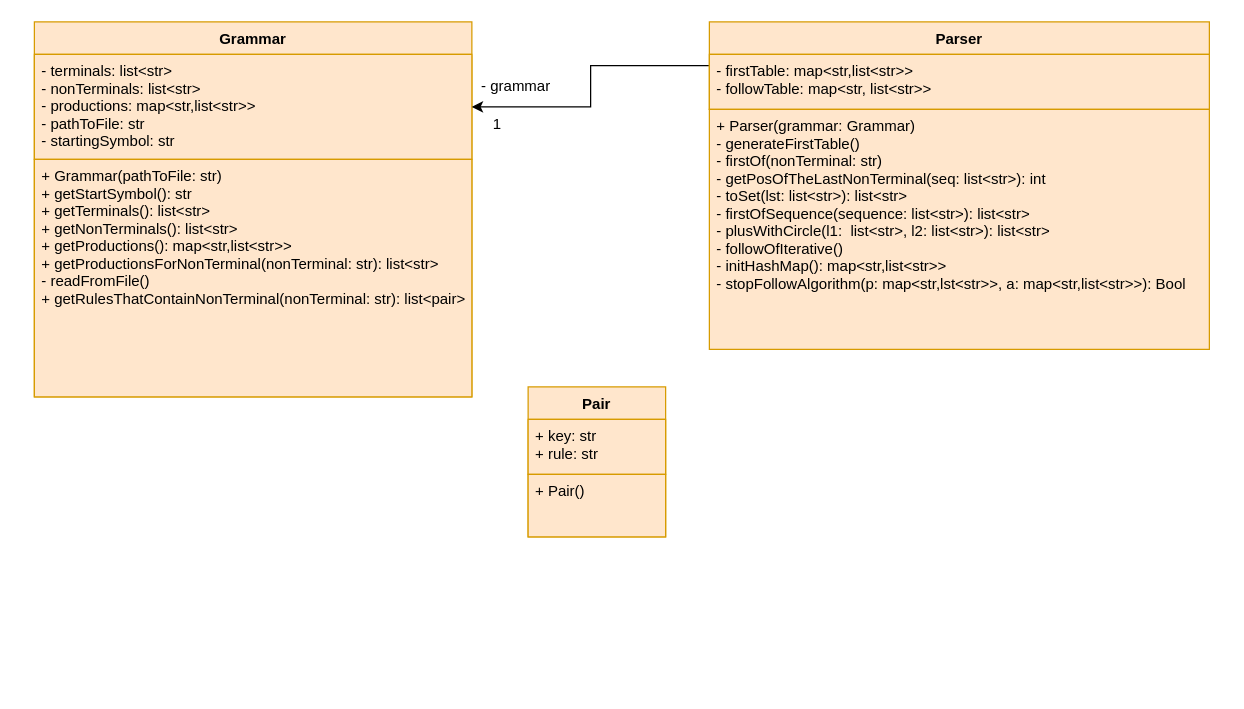
Earlier version of the draw.io diagram docs/diagram.drawio (albcristi/flcd-team-work). Source tidied: cells renumbered, new cells numbered last; positions are measured from the earlier drawing's top-left corner, leaving out a move shared by most shapes. Both pictures are drawn from the tidied source at 125%, with x=0, y=0 at pixel (34, 21).
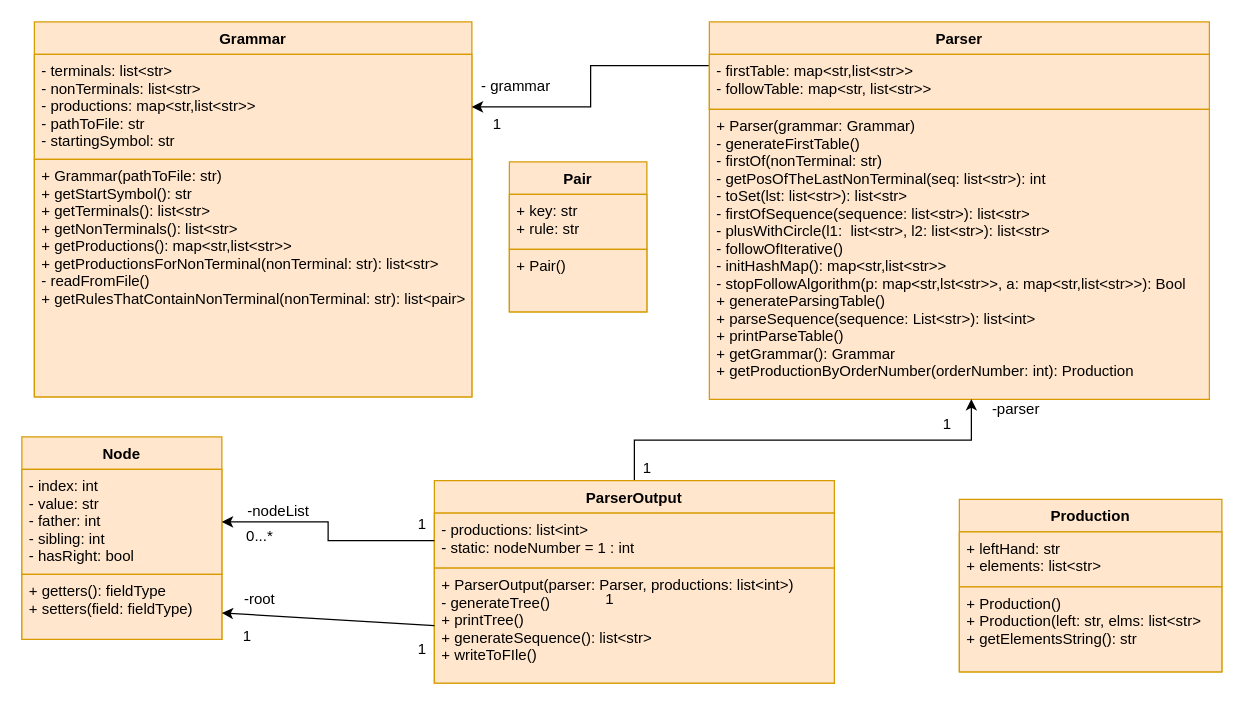
The same page after the edit.

What changed in the source:
```diff
@@
     <mxCell id="5" value="Pair" style="swimlane;fontStyle=1;align=center;verticalAlign=top;horizontal=1;startSize=26;fillColor=#ffe6cc;strokeColor=#d79b00;" parent="1" vertex="1">
-      <mxGeometry x="395" y="292" width="110" height="120" as="geometry" />
+      <mxGeometry x="380" y="112" width="110" height="120" as="geometry" />
     </mxCell>
@@
-    <mxCell id="11" value="+ Parser(grammar: Grammar)&#10;- generateFirstTable()&#10;- firstOf(nonTerminal: str)&#10;- getPosOfTheLastNonTerminal(seq: list&lt;str&gt;): int&#10;- toSet(lst: list&lt;str&gt;): list&lt;str&gt;&#10;- firstOfSequence(sequence: list&lt;str&gt;): list&lt;str&gt;&#10;- plusWithCircle(l1:  list&lt;str&gt;, l2: list&lt;str&gt;): list&lt;str&gt;&#10;- followOfIterative()&#10;- initHashMap(): map&lt;str,list&lt;str&gt;&gt;&#10;- stopFollowAlgorithm(p: map&lt;str,lst&lt;str&gt;&gt;, a: map&lt;str,list&lt;str&gt;&gt;): Bool" style="text;strokeColor=#d79b00;fillColor=#ffe6cc;align=left;verticalAlign=top;spacingLeft=4;spacingRight=4;overflow=hidden;points=[[0,0.5],[1,0.5]];portConstraint=eastwest;" parent="1" vertex="1">
-      <mxGeometry x="540" y="70" width="400" height="192" as="geometry" />
+    <mxCell id="11" value="+ Parser(grammar: Grammar)&#10;- generateFirstTable()&#10;- firstOf(nonTerminal: str)&#10;- getPosOfTheLastNonTerminal(seq: list&lt;str&gt;): int&#10;- toSet(lst: list&lt;str&gt;): list&lt;str&gt;&#10;- firstOfSequence(sequence: list&lt;str&gt;): list&lt;str&gt;&#10;- plusWithCircle(l1:  list&lt;str&gt;, l2: list&lt;str&gt;): list&lt;str&gt;&#10;- followOfIterative()&#10;- initHashMap(): map&lt;str,list&lt;str&gt;&gt;&#10;- stopFollowAlgorithm(p: map&lt;str,lst&lt;str&gt;&gt;, a: map&lt;str,list&lt;str&gt;&gt;): Bool&#10;+ generateParsingTable()&#10;+ parseSequence(sequence: List&lt;str&gt;): list&lt;int&gt;&#10;+ printParseTable()&#10;+ getGrammar(): Grammar&#10;+ getProductionByOrderNumber(orderNumber: int): Production" style="text;strokeColor=#d79b00;fillColor=#ffe6cc;align=left;verticalAlign=top;spacingLeft=4;spacingRight=4;overflow=hidden;points=[[0,0.5],[1,0.5]];portConstraint=eastwest;" parent="1" vertex="1">
+      <mxGeometry x="540" y="70" width="400" height="232" as="geometry" />
     </mxCell>
@@
+    <mxCell id="14" value="Node" style="swimlane;fontStyle=1;align=center;verticalAlign=top;horizontal=1;startSize=26;fillColor=#ffe6cc;strokeColor=#d79b00;" parent="1" vertex="1">
+      <mxGeometry x="-10" y="332" width="160" height="162" as="geometry" />
+    </mxCell>
+    <mxCell id="15" value="- index: int&#10;- value: str&#10;- father: int&#10;- sibling: int&#10;- hasRight: bool" style="text;strokeColor=#d79b00;fillColor=#ffe6cc;align=left;verticalAlign=top;spacingLeft=4;spacingRight=4;overflow=hidden;points=[[0,0.5],[1,0.5]];portConstraint=eastwest;" parent="14" vertex="1">
+      <mxGeometry y="26" width="160" height="84" as="geometry" />
+    </mxCell>
+    <mxCell id="16" style="line;strokeWidth=1;fillColor=none;align=left;verticalAlign=middle;spacingTop=-1;spacingLeft=3;spacingRight=3;labelPosition=right;" parent="14" vertex="1">
+      <mxGeometry y="110" width="160" as="geometry" />
+    </mxCell>
+    <mxCell id="17" value="+ getters(): fieldType&#10;+ setters(field: fieldType)" style="text;strokeColor=#d79b00;fillColor=#ffe6cc;align=left;verticalAlign=top;spacingLeft=4;spacingRight=4;overflow=hidden;points=[[0,0.5],[1,0.5]];portConstraint=eastwest;" parent="14" vertex="1">
+      <mxGeometry y="110" width="160" height="52" as="geometry" />
+    </mxCell>
+    <mxCell id="18" style="edgeStyle=orthogonalEdgeStyle;rounded=0;jettySize=auto;html=1;exitX=0.5;exitY=0;exitDx=0;exitDy=0;entryX=0.524;entryY=0.999;entryDx=0;entryDy=0;entryPerimeter=0;" parent="1" edge="1" source="19" target="11">
+      <mxGeometry relative="1" as="geometry" />
+    </mxCell>
+    <mxCell id="19" value="ParserOutput" style="swimlane;fontStyle=1;align=center;verticalAlign=top;horizontal=1;startSize=26;fillColor=#ffe6cc;strokeColor=#d79b00;" parent="1" vertex="1">
+      <mxGeometry x="320" y="367" width="320" height="162" as="geometry" />
+    </mxCell>
+    <mxCell id="20" value="- productions: list&lt;int&gt;&#10;- static: nodeNumber = 1 : int" style="text;strokeColor=#d79b00;fillColor=#ffe6cc;align=left;verticalAlign=top;spacingLeft=4;spacingRight=4;overflow=hidden;points=[[0,0.5],[1,0.5]];portConstraint=eastwest;" parent="19" vertex="1">
+      <mxGeometry y="26" width="320" height="44" as="geometry" />
+    </mxCell>
+    <mxCell id="21" value="+ ParserOutput(parser: Parser, productions: list&lt;int&gt;)&#10;- generateTree()&#10;+ printTree()&#10;+ generateSequence(): list&lt;str&gt;&#10;+ writeToFIle()" style="text;strokeColor=#d79b00;fillColor=#ffe6cc;align=left;verticalAlign=top;spacingLeft=4;spacingRight=4;overflow=hidden;points=[[0,0.5],[1,0.5]];portConstraint=eastwest;" parent="19" vertex="1">
+      <mxGeometry y="70" width="320" height="92" as="geometry" />
+    </mxCell>
+    <mxCell id="22" value="1" style="text;html=1;align=center;verticalAlign=middle;" parent="1" vertex="1">
+      <mxGeometry x="480" y="347" width="20" height="20" as="geometry" />
+    </mxCell>
+    <mxCell id="23" value="1" style="text;html=1;align=center;verticalAlign=middle;" parent="1" vertex="1">
+      <mxGeometry x="720" y="312" width="20" height="20" as="geometry" />
+    </mxCell>
+    <mxCell id="24" value="-parser" style="text;html=1;align=center;verticalAlign=middle;" parent="1" vertex="1">
+      <mxGeometry x="760" y="300" width="50" height="20" as="geometry" />
+    </mxCell>
+    <mxCell id="25" style="edgeStyle=orthogonalEdgeStyle;rounded=0;jettySize=auto;html=1;exitX=0;exitY=0.5;exitDx=0;exitDy=0;entryX=1;entryY=0.5;entryDx=0;entryDy=0;" parent="1" edge="1" source="20" target="15">
+      <mxGeometry relative="1" as="geometry" />
+    </mxCell>
+    <mxCell id="26" value="0...*" style="text;html=1;align=center;verticalAlign=middle;" parent="1" vertex="1">
+      <mxGeometry x="160" y="402" width="40" height="20" as="geometry" />
+    </mxCell>
+    <mxCell id="27" value="-nodeList" style="text;html=1;align=center;verticalAlign=middle;" parent="1" vertex="1">
+      <mxGeometry x="160" y="382" width="70" height="20" as="geometry" />
+    </mxCell>
+    <mxCell id="28" value="1" style="text;html=1;align=center;verticalAlign=middle;" parent="1" vertex="1">
+      <mxGeometry x="300" y="392" width="20" height="20" as="geometry" />
+    </mxCell>
+    <mxCell id="29" style="endArrow=classic;html=1;exitX=0;exitY=0.5;exitDx=0;exitDy=0;" parent="1" edge="1" source="21" target="17">
+      <mxGeometry relative="1" as="geometry" />
+    </mxCell>
+    <mxCell id="30" value="1" style="text;html=1;align=center;verticalAlign=middle;" parent="1" vertex="1">
+      <mxGeometry x="300" y="492" width="20" height="20" as="geometry" />
+    </mxCell>
+    <mxCell id="31" value="-root" style="text;html=1;align=center;verticalAlign=middle;" parent="1" vertex="1">
+      <mxGeometry x="160" y="452" width="40" height="20" as="geometry" />
+    </mxCell>
+    <mxCell id="32" value="1" style="text;html=1;align=center;verticalAlign=middle;" parent="1" vertex="1">
+      <mxGeometry x="450" y="452" width="20" height="20" as="geometry" />
+    </mxCell>
+    <mxCell id="33" value="1" style="text;html=1;align=center;verticalAlign=middle;" parent="1" vertex="1">
+      <mxGeometry x="160" y="482" width="20" height="20" as="geometry" />
+    </mxCell>
+    <mxCell id="34" value="Production" style="swimlane;fontStyle=1;align=center;verticalAlign=top;horizontal=1;startSize=26;fillColor=#ffe6cc;strokeColor=#d79b00;" parent="1" vertex="1">
+      <mxGeometry x="740" y="382" width="210" height="138" as="geometry" />
+    </mxCell>
+    <mxCell id="35" value="+ leftHand: str&#10;+ elements: list&lt;str&gt;" style="text;strokeColor=#d79b00;fillColor=#ffe6cc;align=left;verticalAlign=top;spacingLeft=4;spacingRight=4;overflow=hidden;" parent="34" vertex="1">
+      <mxGeometry y="26" width="210" height="44" as="geometry" />
+    </mxCell>
+    <mxCell id="36" style="line;strokeWidth=1;fillColor=none;align=left;verticalAlign=middle;spacingTop=-1;spacingLeft=3;spacingRight=3;labelPosition=right;" parent="34" vertex="1">
+      <mxGeometry y="70" width="210" as="geometry" />
+    </mxCell>
+    <mxCell id="37" value="+ Production()&#10;+ Production(left: str, elms: list&lt;str&gt;&#10;+ getElementsString(): str" style="text;strokeColor=#d79b00;fillColor=#ffe6cc;align=left;verticalAlign=top;spacingLeft=4;spacingRight=4;overflow=hidden;" parent="34" vertex="1">
+      <mxGeometry y="70" width="210" height="68" as="geometry" />
+    </mxCell>
```
